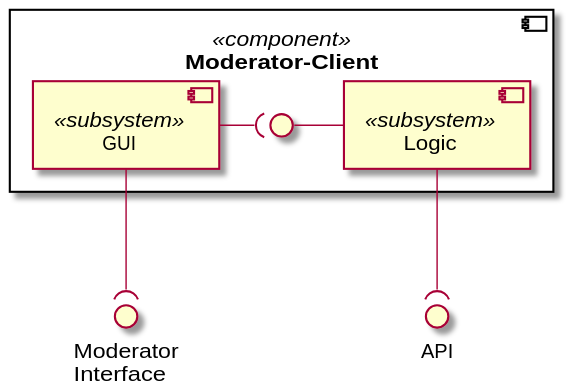
Earlier version of the PlantUML export Docs/Technical Specifications/docs/diagrams/ComponentDiagrams/ModeratorClientComponentDiagram.svg (Brotenko/QualityQuest).
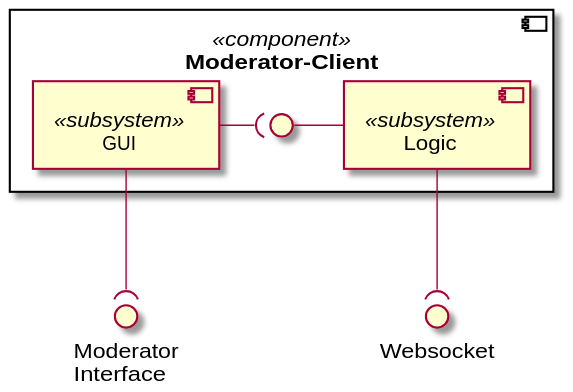
After the commit.

Commit message:
added more detailed descriptions to component diagrams and removed inconsistences

What changed in the source:
```diff
@@ -1,6 +1,6 @@
 @startuml
 () "Moderator\nInterface" as mi
-() "API"
+() "Websocket" as API
 
 component "Moderator-Client" <<component>> as ac{
     [GUI] <<subsystem>>
```
